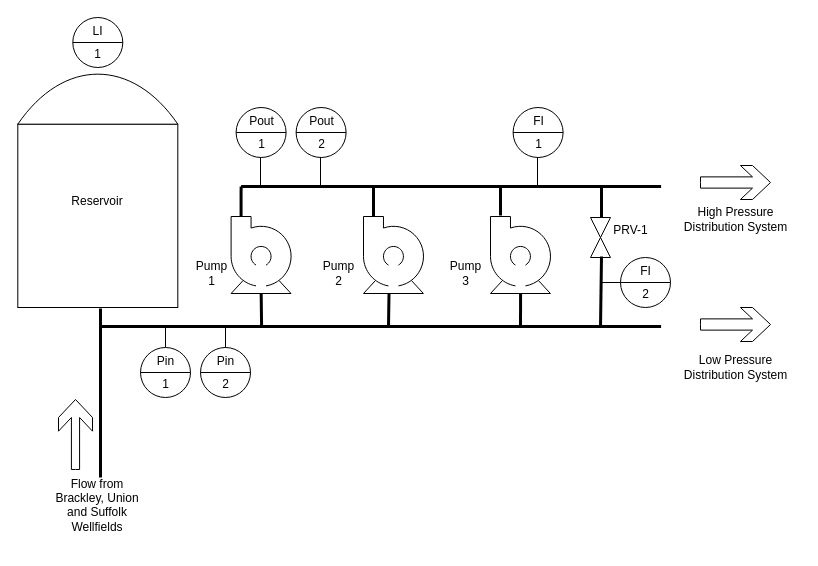
Above: J512-33 Mt Edward Rd Diagram.drawio in jimcampbell/hello-world (draw.io), before the change. Source tidied: cells renumbered, new cells numbered last; positions are measured from the earlier drawing's top-left corner, leaving out a move shared by most shapes. Both pictures are drawn from the tidied source at 100%, with x=0, y=0 at pixel (17, 17).
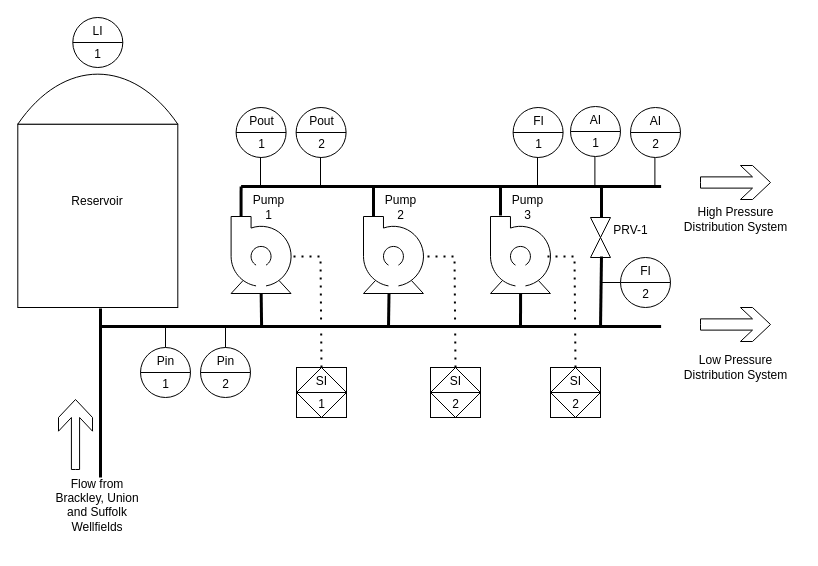
The same diagram, later.

Commit message:
Added analyzer and speed instruments

Unchanged cells that the change refers to:
```xml
<mxCell id="11" style="shape=mxgraph.pid.pumps.centrifugal_pump_2;html=1;align=center;verticalLabelPosition=bottom;verticalAlign=top;dashed=0;" parent="1" vertex="1">
  <mxGeometry x="213.6" y="199" width="62" height="77" as="geometry" />
</mxCell>
```

The edit, as a diff of the source:
```diff
@@
     <mxCell id="36" value="Pump&lt;div&gt;1&lt;/div&gt;" style="text;html=1;align=center;verticalAlign=middle;strokeColor=none;fillColor=none;" parent="1" vertex="1">
-      <mxGeometry x="168.6" y="236" width="50" height="40" as="geometry" />
+      <mxGeometry x="225.6" y="170" width="50" height="40" as="geometry" />
     </mxCell>
     <mxCell id="37" value="Pump&lt;div&gt;2&lt;/div&gt;" style="text;html=1;align=center;verticalAlign=middle;strokeColor=none;fillColor=none;" parent="1" vertex="1">
-      <mxGeometry x="296" y="236" width="50" height="40" as="geometry" />
+      <mxGeometry x="358" y="170" width="50" height="40" as="geometry" />
     </mxCell>
     <mxCell id="38" value="Pump&lt;div&gt;3&lt;/div&gt;" style="text;html=1;align=center;verticalAlign=middle;strokeColor=none;fillColor=none;" parent="1" vertex="1">
-      <mxGeometry x="423" y="236" width="50" height="40" as="geometry" />
+      <mxGeometry x="485" y="170" width="50" height="40" as="geometry" />
     </mxCell>
@@
+    <mxCell id="42" style="endArrow=none;html=1;rounded=0;" parent="1" edge="1">
+      <mxGeometry relative="1" as="geometry">
+        <mxPoint x="577.4" y="169" as="sourcePoint" />
+        <mxPoint x="577.4" y="139" as="targetPoint" />
+      </mxGeometry>
+    </mxCell>
+    <mxCell id="43" value="&lt;table cellpadding=&quot;4&quot; cellspacing=&quot;0&quot; border=&quot;0&quot; style=&quot;font-size:1em;width:100%;height:100%;&quot;&gt;&lt;tbody&gt;&lt;tr&gt;&lt;td&gt;AI&lt;/td&gt;&lt;/tr&gt;&lt;tr&gt;&lt;td&gt;1&lt;/td&gt;&lt;/tr&gt;&lt;/tbody&gt;&lt;/table&gt; " style="html=1;align=center;dashed=0;shape=mxgraph.pid2inst.discInst;mounting=room;" parent="1" vertex="1">
+      <mxGeometry x="553" y="89" width="50" height="50" as="geometry" />
+    </mxCell>
+    <mxCell id="44" style="endArrow=none;html=1;rounded=0;" parent="1" edge="1">
+      <mxGeometry relative="1" as="geometry">
+        <mxPoint x="637.4" y="170" as="sourcePoint" />
+        <mxPoint x="637.4" y="140" as="targetPoint" />
+      </mxGeometry>
+    </mxCell>
+    <mxCell id="45" value="&lt;table cellpadding=&quot;4&quot; cellspacing=&quot;0&quot; border=&quot;0&quot; style=&quot;font-size:1em;width:100%;height:100%;&quot;&gt;&lt;tbody&gt;&lt;tr&gt;&lt;td&gt;AI&lt;/td&gt;&lt;/tr&gt;&lt;tr&gt;&lt;td&gt;2&lt;/td&gt;&lt;/tr&gt;&lt;/tbody&gt;&lt;/table&gt; " style="html=1;align=center;dashed=0;shape=mxgraph.pid2inst.discInst;mounting=room;" parent="1" vertex="1">
+      <mxGeometry x="613" y="90" width="50" height="50" as="geometry" />
+    </mxCell>
+    <mxCell id="46" value="&lt;table cellpadding=&quot;4&quot; cellspacing=&quot;0&quot; border=&quot;0&quot; style=&quot;font-size:1em;width:100%;height:100%;&quot;&gt;&lt;tbody&gt;&lt;tr&gt;&lt;td&gt;SI&lt;/td&gt;&lt;/tr&gt;&lt;tr&gt;&lt;td&gt;1&lt;/td&gt;&lt;/tr&gt;&lt;/tbody&gt;&lt;/table&gt; " style="html=1;outlineConnect=0;align=center;dashed=0;shape=mxgraph.pid2inst.progLogCont;mounting=room;" parent="1" vertex="1">
+      <mxGeometry x="279" y="350" width="50" height="50" as="geometry" />
+    </mxCell>
+    <mxCell id="47" style="endArrow=none;dashed=1;html=1;dashPattern=1 3;strokeWidth=2;rounded=0;exitX=0.5;exitY=0;exitDx=0;exitDy=0;entryX=0.97;entryY=0.52;entryDx=0;entryDy=0;entryPerimeter=0;" parent="1" edge="1" source="46" target="11">
+      <mxGeometry relative="1" as="geometry">
+        <Array as="points">
+          <mxPoint x="303" y="239" />
+        </Array>
+      </mxGeometry>
+    </mxCell>
+    <mxCell id="48" value="&lt;table cellpadding=&quot;4&quot; cellspacing=&quot;0&quot; border=&quot;0&quot; style=&quot;font-size:1em;width:100%;height:100%;&quot;&gt;&lt;tbody&gt;&lt;tr&gt;&lt;td&gt;SI&lt;/td&gt;&lt;/tr&gt;&lt;tr&gt;&lt;td&gt;2&lt;/td&gt;&lt;/tr&gt;&lt;/tbody&gt;&lt;/table&gt; " style="html=1;outlineConnect=0;align=center;dashed=0;shape=mxgraph.pid2inst.progLogCont;mounting=room;" parent="1" vertex="1">
+      <mxGeometry x="413" y="350" width="50" height="50" as="geometry" />
+    </mxCell>
+    <mxCell id="49" style="endArrow=none;dashed=1;html=1;dashPattern=1 3;strokeWidth=2;rounded=0;exitX=0.5;exitY=0;exitDx=0;exitDy=0;entryX=0.97;entryY=0.52;entryDx=0;entryDy=0;entryPerimeter=0;" parent="1" edge="1" source="48">
+      <mxGeometry relative="1" as="geometry">
+        <mxPoint x="408" y="239" as="targetPoint" />
+        <Array as="points">
+          <mxPoint x="437" y="239" />
+        </Array>
+      </mxGeometry>
+    </mxCell>
+    <mxCell id="50" value="&lt;table cellpadding=&quot;4&quot; cellspacing=&quot;0&quot; border=&quot;0&quot; style=&quot;font-size:1em;width:100%;height:100%;&quot;&gt;&lt;tbody&gt;&lt;tr&gt;&lt;td&gt;SI&lt;/td&gt;&lt;/tr&gt;&lt;tr&gt;&lt;td&gt;2&lt;/td&gt;&lt;/tr&gt;&lt;/tbody&gt;&lt;/table&gt; " style="html=1;outlineConnect=0;align=center;dashed=0;shape=mxgraph.pid2inst.progLogCont;mounting=room;" parent="1" vertex="1">
+      <mxGeometry x="533" y="350" width="50" height="50" as="geometry" />
+    </mxCell>
+    <mxCell id="51" style="endArrow=none;dashed=1;html=1;dashPattern=1 3;strokeWidth=2;rounded=0;exitX=0.5;exitY=0;exitDx=0;exitDy=0;entryX=0.97;entryY=0.52;entryDx=0;entryDy=0;entryPerimeter=0;" parent="1" edge="1" source="50">
+      <mxGeometry relative="1" as="geometry">
+        <mxPoint x="528" y="239" as="targetPoint" />
+        <Array as="points">
+          <mxPoint x="557" y="239" />
+        </Array>
+      </mxGeometry>
+    </mxCell>
```
